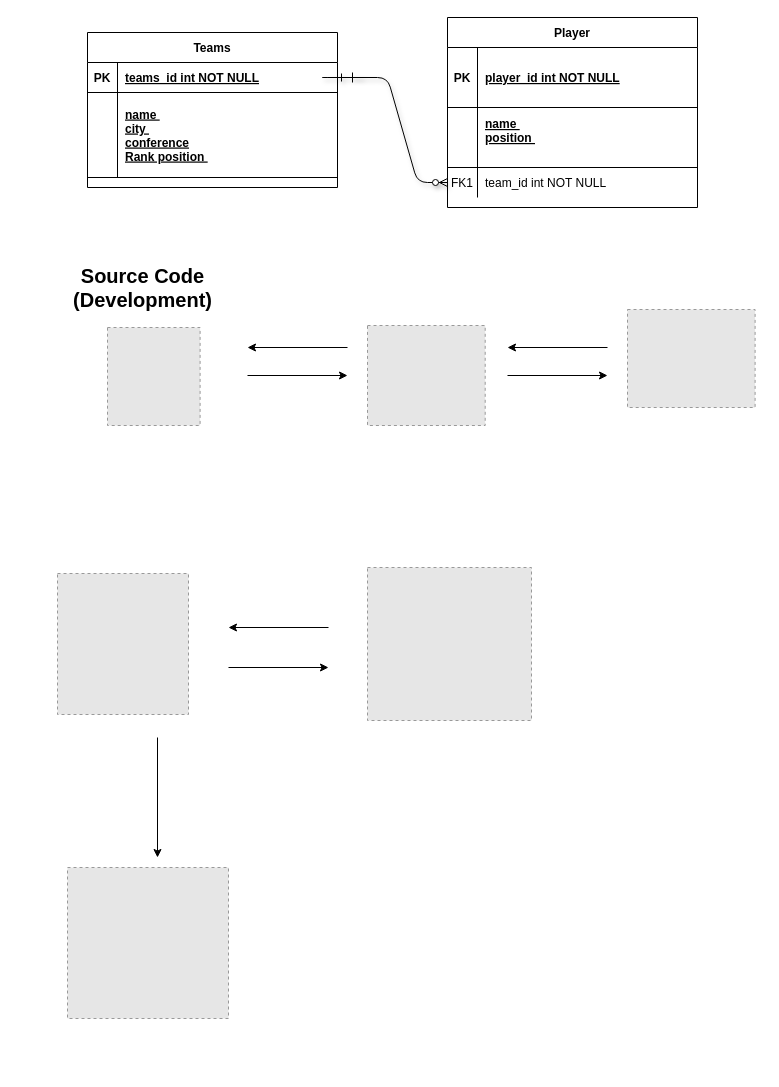
The draw.io diagram documentation/Untitled Diagram.drawio in PhilipL1/project-bball, before the edit. Source tidied: cells renumbered, new cells numbered last; positions are measured from the earlier drawing's top-left corner, leaving out a move shared by most shapes. Both pictures are drawn from the tidied source at 100%, with x=0, y=0 at pixel (57, 17). Pictures stored in the file or linked from it are replaced by grey dashed boxes.
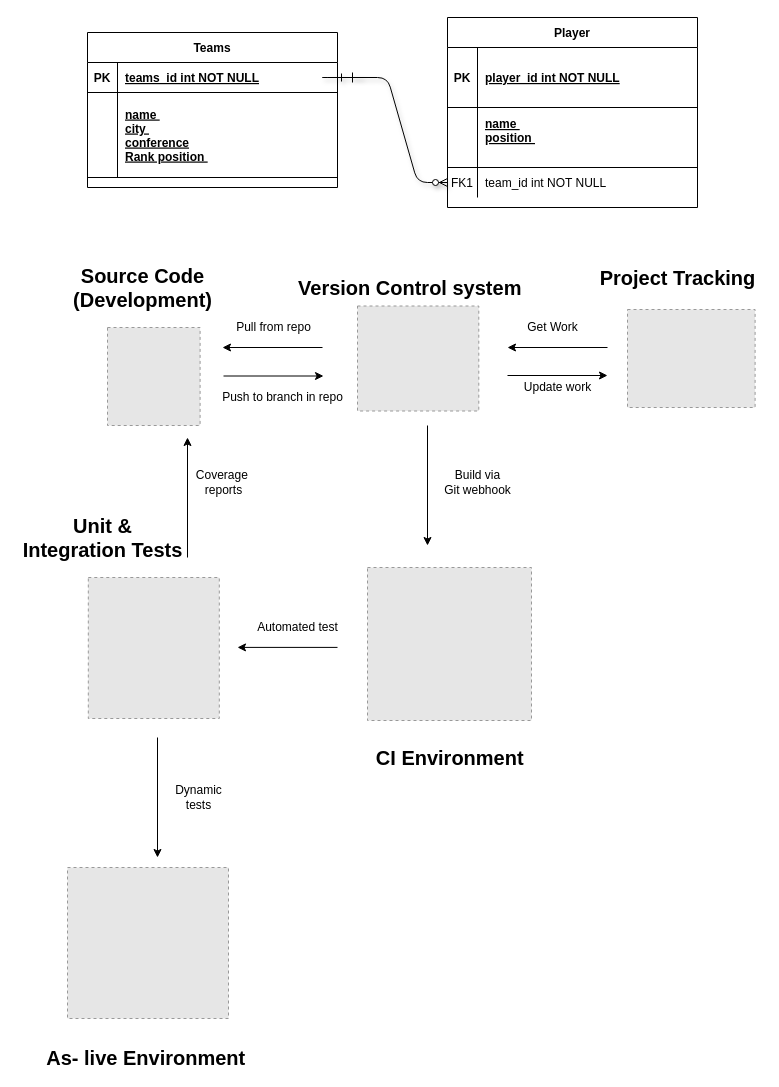
After the change.

Commit message:
CI pipeline and ERD completed

Change to the diagram source:
```diff
@@
-    <mxCell id="22" style="fillColor=#E6E6E6;strokeColor=#999999;dashed=1;verticalLabelPosition=bottom;labelBackgroundColor=#ffffff;verticalAlign=top;" parent="1" vertex="1">
-      <mxGeometry x="310" y="308" width="117.7" height="100" as="geometry" />
-    </mxCell>
@@
     <mxCell id="25" style="fillColor=#E6E6E6;strokeColor=#999999;dashed=1;verticalLabelPosition=bottom;labelBackgroundColor=#ffffff;verticalAlign=top;" parent="1" vertex="1">
-      <mxGeometry y="556" width="131" height="141" as="geometry" />
+      <mxGeometry x="30.8" y="560" width="131" height="141" as="geometry" />
     </mxCell>
@@
     <mxCell id="29" style="endArrow=classic;html=1;" parent="1" edge="1">
       <mxGeometry relative="1" as="geometry">
-        <mxPoint x="190" y="358" as="sourcePoint" />
-        <mxPoint x="290" y="358" as="targetPoint" />
+        <mxPoint x="166" y="358.5" as="sourcePoint" />
+        <mxPoint x="266" y="358.5" as="targetPoint" />
       </mxGeometry>
     </mxCell>
-    <mxCell id="30" style="endArrow=classic;html=1;" parent="1" edge="1">
-      <mxGeometry relative="1" as="geometry">
-        <mxPoint x="171" y="650" as="sourcePoint" />
-        <mxPoint x="271" y="650" as="targetPoint" />
-      </mxGeometry>
-    </mxCell>
     <mxCell id="31" style="endArrow=classic;html=1;" parent="1" edge="1">
       <mxGeometry relative="1" as="geometry">
-        <mxPoint x="290" y="330" as="sourcePoint" />
-        <mxPoint x="190" y="330" as="targetPoint" />
+        <mxPoint x="265" y="330" as="sourcePoint" />
+        <mxPoint x="165" y="330" as="targetPoint" />
       </mxGeometry>
     </mxCell>
     <mxCell id="32" style="endArrow=classic;html=1;" parent="1" edge="1">
       <mxGeometry relative="1" as="geometry">
-        <mxPoint x="271" y="610" as="sourcePoint" />
-        <mxPoint x="171" y="610" as="targetPoint" />
+        <mxPoint x="280" y="629.9" as="sourcePoint" />
+        <mxPoint x="180" y="629.9" as="targetPoint" />
       </mxGeometry>
     </mxCell>
@@
+    <mxCell id="36" value="Get Work" style="text;html=1;align=center;verticalAlign=middle;fillColor=none;strokeColor=none;rounded=0;" parent="1" vertex="1">
+      <mxGeometry x="460" y="300" width="70" height="20" as="geometry" />
+    </mxCell>
+    <mxCell id="37" value="&lt;span style=&quot;font-size: 20px&quot;&gt;&lt;b&gt;Version Control system&amp;nbsp;&lt;/b&gt;&lt;/span&gt;" style="text;html=1;align=center;verticalAlign=middle;fillColor=none;strokeColor=none;rounded=0;" parent="1" vertex="1">
+      <mxGeometry x="235" y="260" width="240" height="20" as="geometry" />
+    </mxCell>
+    <mxCell id="38" style="fillColor=#E6E6E6;strokeColor=#999999;dashed=1;verticalLabelPosition=bottom;labelBackgroundColor=#ffffff;verticalAlign=top;" parent="1" vertex="1">
+      <mxGeometry x="300" y="288.5" width="121.3" height="105" as="geometry" />
+    </mxCell>
+    <mxCell id="39" value="&lt;span style=&quot;font-size: 20px&quot;&gt;&lt;b&gt;Project Tracking&lt;/b&gt;&lt;/span&gt;" style="text;html=1;align=center;verticalAlign=middle;fillColor=none;strokeColor=none;rounded=0;" parent="1" vertex="1">
+      <mxGeometry x="535" y="250" width="170" height="20" as="geometry" />
+    </mxCell>
+    <mxCell id="40" value="&lt;span style=&quot;font-size: 20px&quot;&gt;&lt;b&gt;CI Environment&amp;nbsp;&lt;/b&gt;&lt;/span&gt;" style="text;html=1;align=center;verticalAlign=middle;fillColor=none;strokeColor=none;rounded=0;" parent="1" vertex="1">
+      <mxGeometry x="310" y="730" width="170" height="20" as="geometry" />
+    </mxCell>
+    <mxCell id="41" value="&lt;span style=&quot;font-size: 20px&quot;&gt;&lt;b&gt;Unit &amp;amp; &lt;br&gt;Integration Tests&lt;/b&gt;&lt;/span&gt;" style="text;html=1;align=center;verticalAlign=middle;fillColor=none;strokeColor=none;rounded=0;" parent="1" vertex="1">
+      <mxGeometry x="-40" y="500" width="170" height="40" as="geometry" />
+    </mxCell>
+    <mxCell id="42" value="&lt;span style=&quot;font-size: 20px&quot;&gt;&lt;b&gt;As- live Environment&amp;nbsp;&lt;/b&gt;&lt;/span&gt;" style="text;html=1;align=center;verticalAlign=middle;fillColor=none;strokeColor=none;rounded=0;" parent="1" vertex="1">
+      <mxGeometry x="-19.5" y="1030" width="220" height="20" as="geometry" />
+    </mxCell>
+    <mxCell id="43" style="endArrow=classic;html=1;" parent="1" edge="1">
+      <mxGeometry relative="1" as="geometry">
+        <mxPoint x="370" y="408" as="sourcePoint" />
+        <mxPoint x="370" y="528" as="targetPoint" />
+      </mxGeometry>
+    </mxCell>
+    <mxCell id="44" style="endArrow=classic;html=1;" parent="1" edge="1">
+      <mxGeometry relative="1" as="geometry">
+        <mxPoint x="130" y="540" as="sourcePoint" />
+        <mxPoint x="130" y="420" as="targetPoint" />
+      </mxGeometry>
+    </mxCell>
+    <mxCell id="45" value="Update work" style="text;html=1;align=center;verticalAlign=middle;strokeColor=none;" parent="1" vertex="1">
+      <mxGeometry x="460" y="360" width="80" height="20" as="geometry" />
+    </mxCell>
+    <mxCell id="46" value="Pull from repo" style="text;html=1;align=center;verticalAlign=middle;strokeColor=none;" parent="1" vertex="1">
+      <mxGeometry x="171" y="300" width="90" height="20" as="geometry" />
+    </mxCell>
+    <mxCell id="47" value="Push to branch in repo" style="text;html=1;align=center;verticalAlign=middle;strokeColor=none;" parent="1" vertex="1">
+      <mxGeometry x="155" y="370" width="140" height="20" as="geometry" />
+    </mxCell>
+    <mxCell id="48" value="Build via &lt;br&gt;Git webhook" style="text;html=1;align=center;verticalAlign=middle;strokeColor=none;" parent="1" vertex="1">
+      <mxGeometry x="380" y="450" width="80" height="30" as="geometry" />
+    </mxCell>
+    <mxCell id="49" value="Automated test" style="text;html=1;align=center;verticalAlign=middle;strokeColor=none;" parent="1" vertex="1">
+      <mxGeometry x="190" y="600" width="100" height="20" as="geometry" />
+    </mxCell>
+    <mxCell id="50" value="Coverage&amp;nbsp;&lt;br&gt;reports" style="text;html=1;align=center;verticalAlign=middle;strokeColor=none;" parent="1" vertex="1">
+      <mxGeometry x="130.5" y="450" width="70" height="30" as="geometry" />
+    </mxCell>
+    <mxCell id="51" value="Dynamic &lt;br&gt;tests" style="text;html=1;align=center;verticalAlign=middle;strokeColor=none;" parent="1" vertex="1">
+      <mxGeometry x="111" y="765" width="60" height="30" as="geometry" />
+    </mxCell>
```
